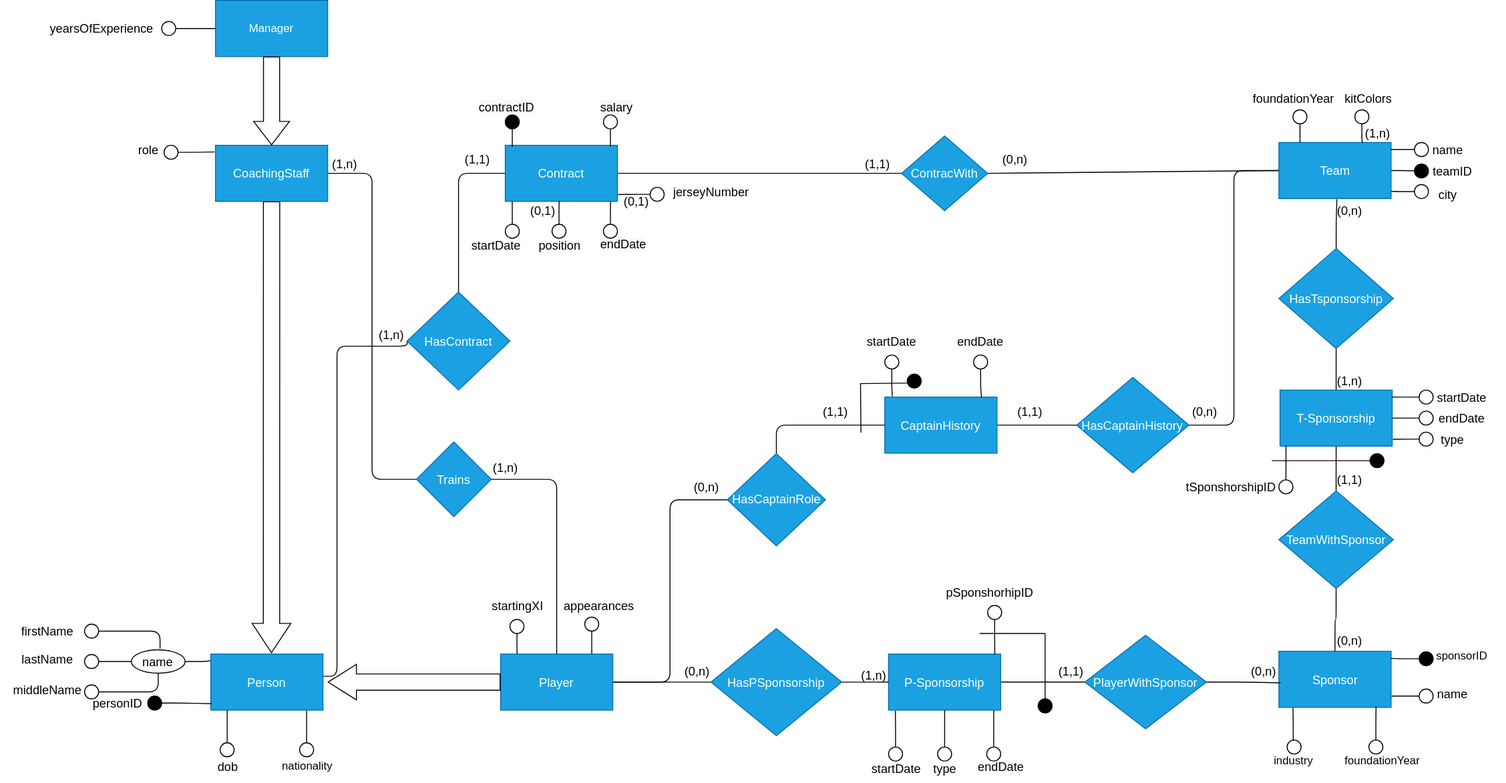
Before: football-club-database/docs/DB_documentation/images/conceptual-schema.svg, a diagram exported from draw.io (Maxxy21/football_clubs_database). Source tidied: cells renumbered, new cells last; positions are measured from the earlier drawing's top-left corner, leaving out a move shared by most shapes.
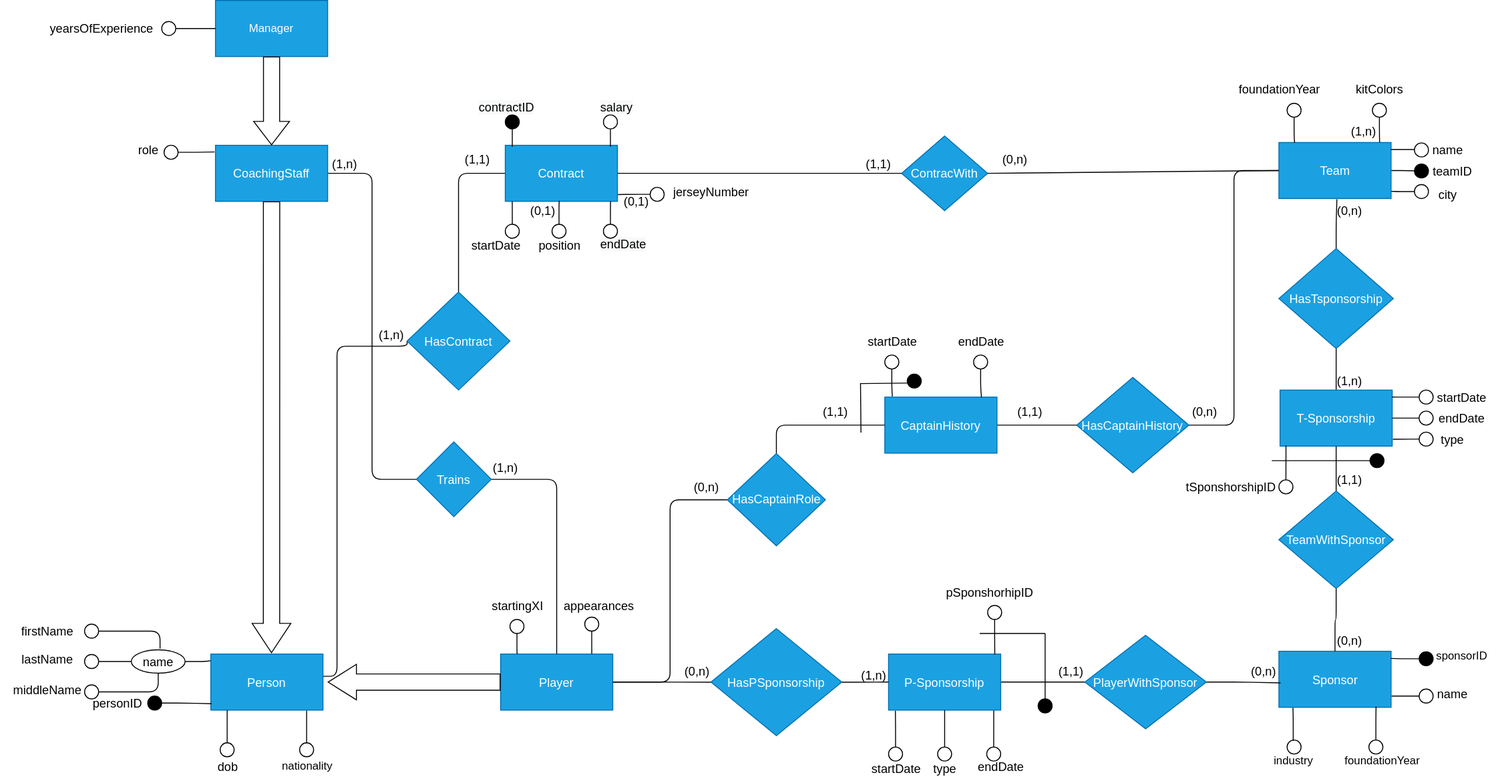
After the change.

Diff of the diagram source:
```diff
@@ -131,12 +131,11 @@
     <mxCell id="40" value="role" style="text;html=1;align=center;verticalAlign=middle;strokeColor=none;fillColor=none;fontSize=13;fontFamily=Helvetica;fontColor=default;" parent="1" vertex="1">
       <mxGeometry x="132.5" y="145" width="50" height="30" as="geometry" />
     </mxCell>
-    <mxCell id="41" style="edgeStyle=orthogonalEdgeStyle;shape=connector;rounded=1;jettySize=auto;html=1;entryX=0.996;entryY=0.126;entryDx=0;entryDy=0;entryPerimeter=0;labelBackgroundColor=default;strokeColor=default;fontFamily=Helvetica;fontSize=13;fontColor=default;endArrow=none;endFill=0;fillColor=none;" parent="1" edge="1" source="42" target="18">
-      <mxGeometry relative="1" as="geometry" />
+    <mxCell id="41" style="edgeStyle=orthogonalEdgeStyle;shape=connector;rounded=1;jettySize=auto;html=1;entryX=0.996;entryY=0.126;entryDx=0;entryDy=0;entryPerimeter=0;labelBackgroundColor=default;strokeColor=default;fontFamily=Helvetica;fontSize=13;fontColor=default;endArrow=none;endFill=0;fillColor=none;" parent="1" edge="1" target="18">
+      <mxGeometry relative="1" as="geometry">
+        <mxPoint x="1512.6" y="159.5" as="sourcePoint" />
+      </mxGeometry>
     </mxCell>
-    <mxCell id="42" style="ellipse;whiteSpace=wrap;html=1;fontSize=13;rounded=0;fillColor=none;" parent="1" vertex="1">
-      <mxGeometry x="1512.6" y="152" width="15" height="15" as="geometry" />
-    </mxCell>
     <mxCell id="43" style="ellipse;whiteSpace=wrap;html=1;fontSize=13;rounded=0;fillColor=#000000;" parent="1" vertex="1">
       <mxGeometry x="1512.6" y="175" width="15" height="15" as="geometry" />
     </mxCell>
@@ -147,7 +146,7 @@
       <mxGeometry x="1512.6" y="197" width="15" height="15" as="geometry" />
     </mxCell>
     <mxCell id="46" value="name" style="text;html=1;align=center;verticalAlign=middle;strokeColor=none;fillColor=none;fontSize=13;fontFamily=Helvetica;fontColor=default;" parent="1" vertex="1">
-      <mxGeometry x="1517.6" y="144.5" width="60" height="30" as="geometry" />
+      <mxGeometry x="1517.6" y="145" width="60" height="30" as="geometry" />
     </mxCell>
     <mxCell id="47" value="teamID" style="text;html=1;align=center;verticalAlign=middle;strokeColor=none;fillColor=none;fontSize=13;fontFamily=Helvetica;fontColor=default;" parent="1" vertex="1">
       <mxGeometry x="1517.6" y="167.5" width="70" height="30" as="geometry" />
@@ -161,9 +160,6 @@
     <mxCell id="50" style="ellipse;whiteSpace=wrap;html=1;fontSize=13;rounded=0;fillColor=#000000;" parent="1" vertex="1">
       <mxGeometry x="1517.6" y="697" width="15" height="15" as="geometry" />
     </mxCell>
-    <mxCell id="51" value="(1,n)" style="text;html=1;align=center;verticalAlign=middle;strokeColor=none;fillColor=none;fontSize=13;fontFamily=Helvetica;fontColor=default;" parent="1" vertex="1">
-      <mxGeometry x="1447.6" y="127" width="50" height="30" as="geometry" />
-    </mxCell>
     <mxCell id="52" value="name" style="text;html=1;align=center;verticalAlign=middle;strokeColor=none;fillColor=none;fontSize=13;fontFamily=Helvetica;fontColor=default;" parent="1" vertex="1">
       <mxGeometry x="1522.6" y="727" width="60" height="30" as="geometry" />
     </mxCell>
@@ -194,15 +190,6 @@
     <mxCell id="61" value="(1,n)" style="text;html=1;align=center;verticalAlign=middle;strokeColor=none;fillColor=none;fontSize=13;fontFamily=Helvetica;fontColor=default;" parent="1" vertex="1">
       <mxGeometry x="392.5" y="342.5" width="50" height="30" as="geometry" />
     </mxCell>
-    <mxCell id="62" style="edgeStyle=orthogonalEdgeStyle;rounded=1;jettySize=auto;html=1;entryX=0.75;entryY=0;entryDx=0;entryDy=0;endArrow=none;fontSize=13;endFill=0;fillColor=none;" parent="1" edge="1" source="63" target="18">
-      <mxGeometry relative="1" as="geometry" />
-    </mxCell>
-    <mxCell id="63" style="ellipse;whiteSpace=wrap;html=1;fontSize=13;rounded=0;fillColor=none;" parent="1" vertex="1">
-      <mxGeometry x="1448.8" y="117" width="15" height="15" as="geometry" />
-    </mxCell>
-    <mxCell id="64" value="kitColors" style="text;html=1;align=center;verticalAlign=middle;strokeColor=none;fillColor=none;fontSize=13;fontFamily=Helvetica;fontColor=default;" parent="1" vertex="1">
-      <mxGeometry x="1427.6" y="89.5" width="70" height="30" as="geometry" />
-    </mxCell>
     <mxCell id="65" value="startDate" style="text;html=1;align=center;verticalAlign=middle;strokeColor=none;fillColor=none;fontSize=13;fontFamily=Helvetica;fontColor=default;" parent="1" vertex="1">
       <mxGeometry x="917.5" y="806.5" width="80" height="30" as="geometry" />
     </mxCell>
@@ -221,14 +208,8 @@
     <mxCell id="70" value="HasCaptainHistory" style="rhombus;whiteSpace=wrap;html=1;fontSize=13;fillColor=#1ba1e2;strokeColor=#006EAF;fontColor=#ffffff;rounded=0;" parent="1" vertex="1">
       <mxGeometry x="1151.2" y="403.4" width="120" height="102.2" as="geometry" />
     </mxCell>
-    <mxCell id="71" style="edgeStyle=orthogonalEdgeStyle;shape=connector;rounded=1;jettySize=auto;html=1;entryX=0.188;entryY=0;entryDx=0;entryDy=0;entryPerimeter=0;labelBackgroundColor=default;strokeColor=default;fontFamily=Helvetica;fontSize=13;fontColor=default;endArrow=none;endFill=0;fillColor=none;" parent="1" edge="1" source="72" target="18">
-      <mxGeometry relative="1" as="geometry" />
-    </mxCell>
-    <mxCell id="72" style="ellipse;whiteSpace=wrap;html=1;fontSize=13;rounded=0;fillColor=none;" parent="1" vertex="1">
-      <mxGeometry x="1382.6" y="117" width="15" height="15" as="geometry" />
-    </mxCell>
     <mxCell id="73" value="foundationYear" style="text;html=1;align=center;verticalAlign=middle;strokeColor=none;fillColor=none;fontSize=13;fontFamily=Helvetica;fontColor=default;" parent="1" vertex="1">
-      <mxGeometry x="1327.6" y="89.5" width="110" height="30" as="geometry" />
+      <mxGeometry x="1312.5" y="80" width="110" height="30" as="geometry" />
     </mxCell>
     <mxCell id="74" style="edgeStyle=orthogonalEdgeStyle;shape=connector;rounded=1;jettySize=auto;html=1;entryX=0;entryY=0.5;entryDx=0;entryDy=0;labelBackgroundColor=default;strokeColor=default;fontFamily=Helvetica;fontSize=13;fontColor=default;endArrow=none;endFill=0;fillColor=none;" parent="1" edge="1" source="75" target="2">
       <mxGeometry relative="1" as="geometry" />
@@ -278,7 +259,7 @@
     </mxCell>
     <mxCell id="87" style="edgeStyle=orthogonalEdgeStyle;shape=connector;rounded=1;orthogonalLoop=1;jettySize=auto;html=1;labelBackgroundColor=default;strokeColor=default;fontFamily=Helvetica;fontSize=11;fontColor=default;endArrow=none;endFill=0;fillColor=none;" parent="1" edge="1">
       <mxGeometry relative="1" as="geometry">
-        <mxPoint x="687" y="30" as="targetPoint" />
+        <mxPoint x="697" y="55" as="targetPoint" />
       </mxGeometry>
     </mxCell>
     <mxCell id="88" style="edgeStyle=orthogonalEdgeStyle;shape=connector;rounded=1;jettySize=auto;html=1;entryX=0.813;entryY=-0.002;entryDx=0;entryDy=0;entryPerimeter=0;labelBackgroundColor=default;strokeColor=default;fontFamily=Helvetica;fontSize=13;fontColor=default;endArrow=none;endFill=0;fillColor=none;" parent="1" edge="1" source="89" target="8">
@@ -585,5 +566,26 @@
     <mxCell id="179" style="ellipse;whiteSpace=wrap;html=1;fontSize=13;rounded=0;fillColor=#000000;" parent="1" vertex="1">
       <mxGeometry x="1465" y="485" width="15" height="15" as="geometry" />
     </mxCell>
+    <mxCell id="180" style="edgeStyle=orthogonalEdgeStyle;shape=connector;rounded=1;jettySize=auto;html=1;entryX=0.14;entryY=0.007;entryDx=0;entryDy=0;entryPerimeter=0;labelBackgroundColor=default;strokeColor=default;fontFamily=Helvetica;fontSize=13;fontColor=default;endArrow=none;endFill=0;fillColor=none;" parent="1" edge="1" source="181" target="18">
+      <mxGeometry relative="1" as="geometry" />
+    </mxCell>
+    <mxCell id="181" style="ellipse;whiteSpace=wrap;html=1;fontSize=13;rounded=0;fillColor=none;" parent="1" vertex="1">
+      <mxGeometry x="1376.3" y="110" width="15" height="15" as="geometry" />
+    </mxCell>
+    <mxCell id="182" style="ellipse;whiteSpace=wrap;html=1;fontSize=13;rounded=0;" parent="1" vertex="1">
+      <mxGeometry x="1512.6" y="152.5" width="15" height="15" as="geometry" />
+    </mxCell>
+    <mxCell id="183" style="edgeStyle=orthogonalEdgeStyle;shape=connector;rounded=1;jettySize=auto;html=1;labelBackgroundColor=default;strokeColor=default;fontFamily=Helvetica;fontSize=13;fontColor=default;endArrow=none;endFill=0;fillColor=none;entryX=0.898;entryY=-0.003;entryDx=0;entryDy=0;entryPerimeter=0;" parent="1" edge="1" source="184" target="18">
+      <mxGeometry relative="1" as="geometry" />
+    </mxCell>
+    <mxCell id="184" style="ellipse;whiteSpace=wrap;html=1;fontSize=13;rounded=0;fillColor=none;" parent="1" vertex="1">
+      <mxGeometry x="1467.6" y="110" width="15" height="15" as="geometry" />
+    </mxCell>
+    <mxCell id="64" value="kitColors" style="text;html=1;align=center;verticalAlign=middle;strokeColor=none;fillColor=none;fontSize=13;fontFamily=Helvetica;fontColor=default;" parent="1" vertex="1">
+      <mxGeometry x="1440.1" y="80" width="70" height="30" as="geometry" />
+    </mxCell>
+    <mxCell id="51" value="(1,n)" style="text;html=1;align=center;verticalAlign=middle;strokeColor=none;fillColor=none;fontSize=13;fontFamily=Helvetica;fontColor=default;" parent="1" vertex="1">
+      <mxGeometry x="1432.6" y="125" width="50" height="30" as="geometry" />
+    </mxCell>
   </root>
 </mxGraphModel>
```
